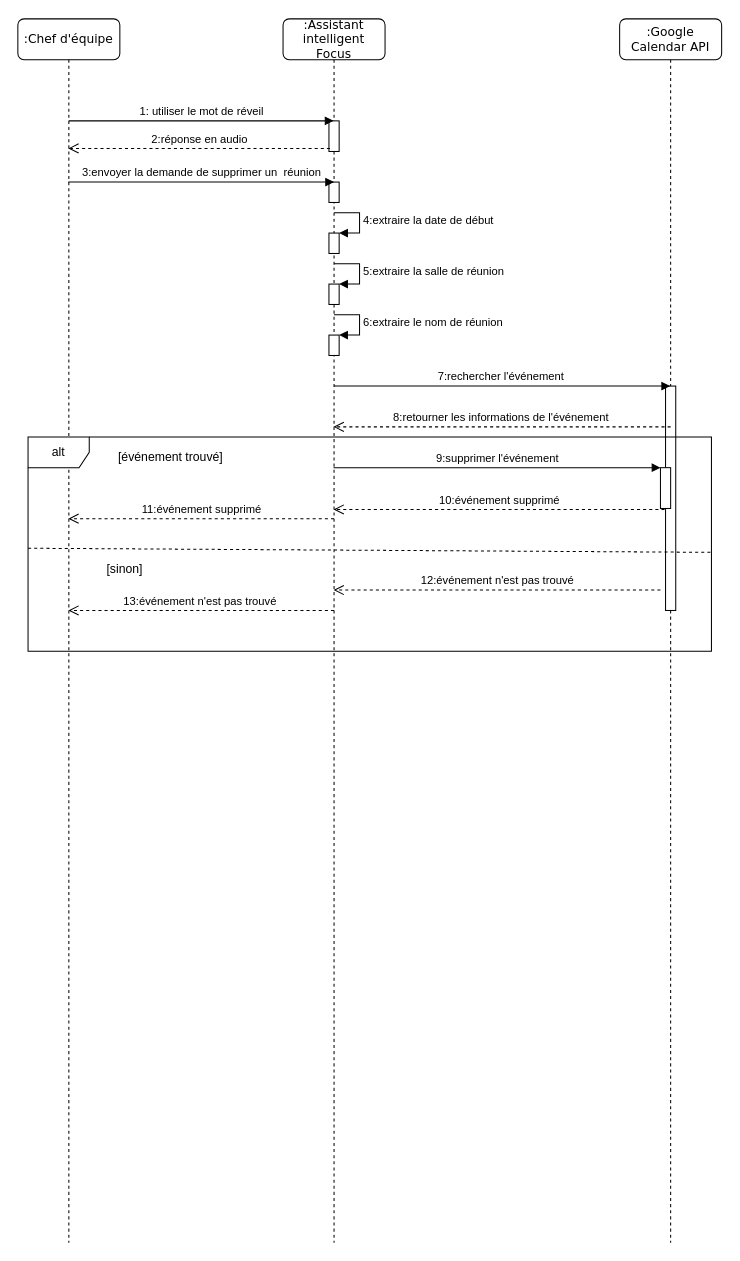
hanabouzid/diagrams keeps this draw.io diagram as supprimer event.drawio. Above is the earlier version. Source tidied: cells renumbered, new cells numbered last; positions are measured from the earlier drawing's top-left corner, leaving out a move shared by most shapes. Both pictures are drawn from the tidied source at 102%, with x=0, y=0 at pixel (17, 18).
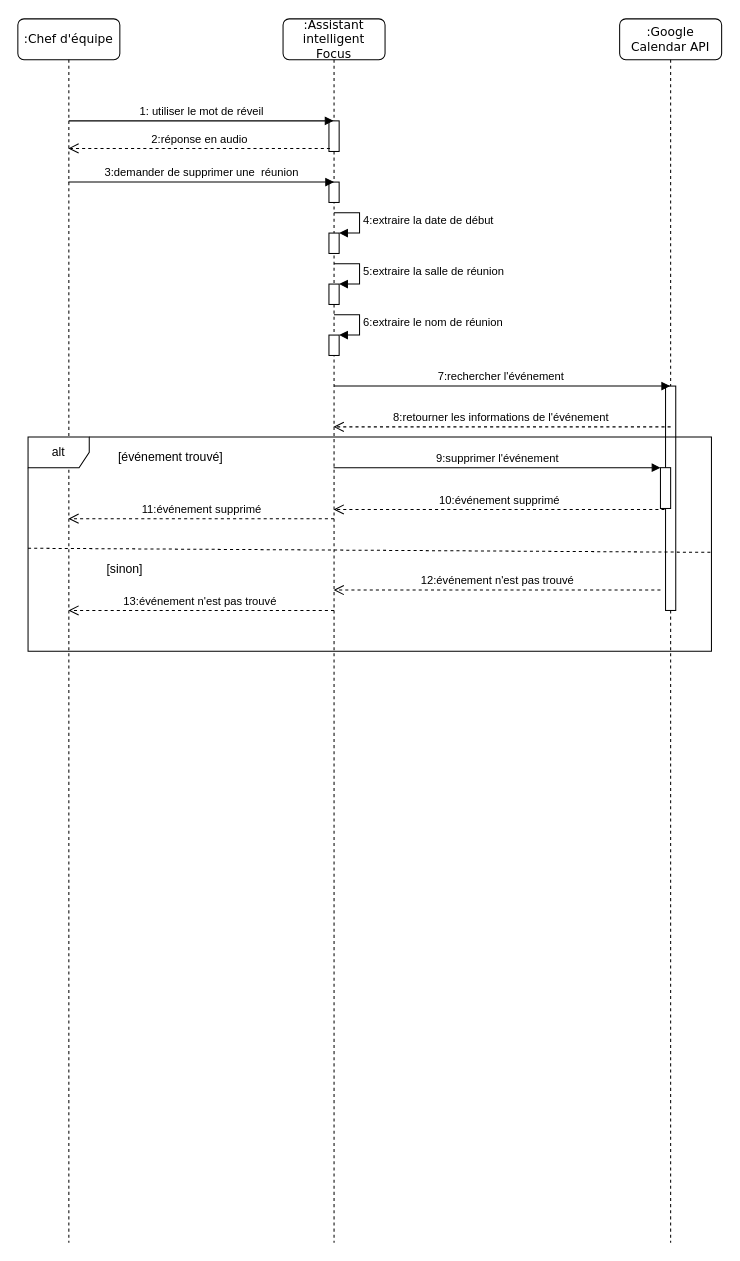
The same diagram, later.

Diff of the diagram source:
```diff
@@
-    <mxCell id="17" value="3:envoyer la demande de supprimer un&amp;nbsp; réunion" style="html=1;verticalAlign=bottom;endArrow=block;" parent="1" edge="1">
+    <mxCell id="17" value="3:demander de supprimer une&amp;nbsp; réunion" style="html=1;verticalAlign=bottom;endArrow=block;" parent="1" edge="1">
       <mxGeometry relative="1" as="geometry">
         <mxPoint x="49.5" y="160" as="sourcePoint" />
         <mxPoint x="310" y="160" as="targetPoint" />
       </mxGeometry>
     </mxCell>
```
